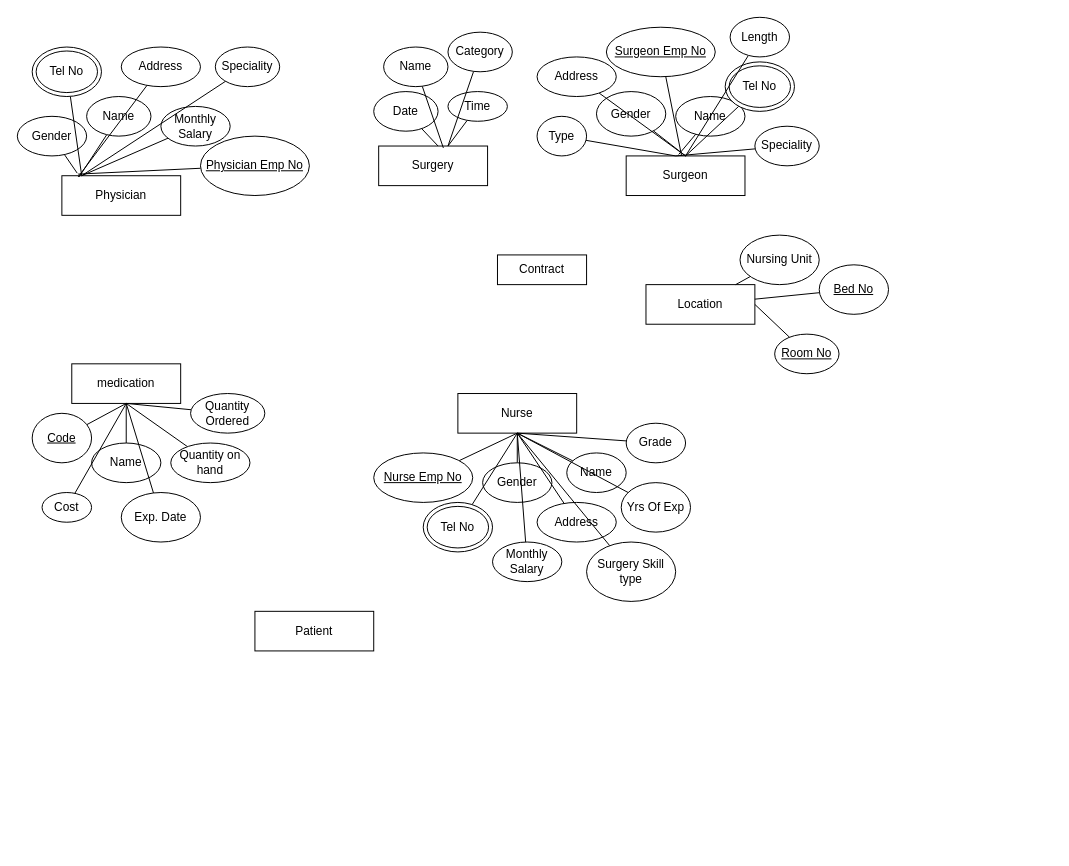
The draw.io diagram Practice Test ER Diagram.drawio in ImaDeSara/ImaDeSara, before the edit. Source tidied: cells renumbered, new cells numbered last; positions are measured from the earlier drawing's top-left corner, leaving out a move shared by most shapes. Both pictures are drawn from the tidied source at 99%, with x=0, y=0 at pixel (17, 17).
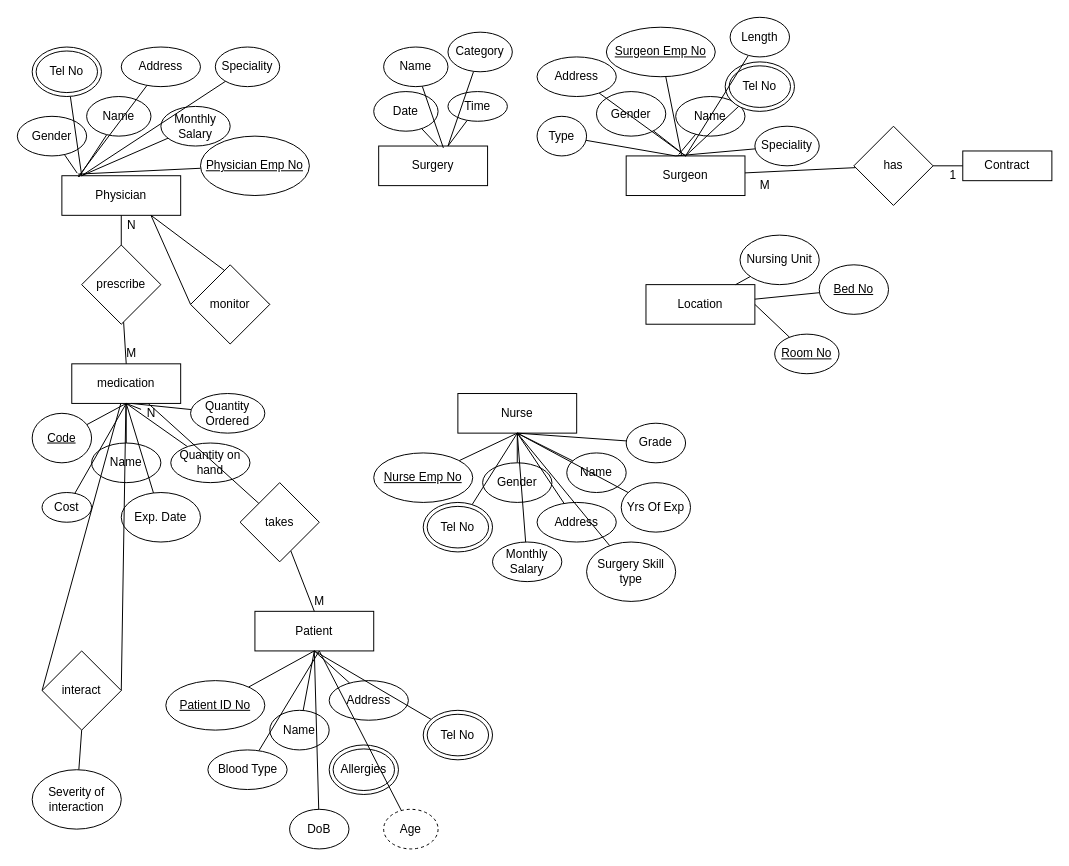
After the change.

Unchanged cells that the change refers to:
```xml
<mxCell id="2" value="Surgeon" style="rounded=0;whiteSpace=wrap;html=1;" parent="1" vertex="1">
  <mxGeometry x="615" y="140" width="120" height="40" as="geometry" />
</mxCell>
<mxCell id="3" value="Physician" style="rounded=0;whiteSpace=wrap;html=1;" parent="1" vertex="1">
  <mxGeometry x="45" y="160" width="120" height="40" as="geometry" />
</mxCell>
<mxCell id="5" value="medication" style="rounded=0;whiteSpace=wrap;html=1;" parent="1" vertex="1">
  <mxGeometry x="55" y="350" width="110" height="40" as="geometry" />
</mxCell>
<mxCell id="6" value="Patient" style="rounded=0;whiteSpace=wrap;html=1;" parent="1" vertex="1">
  <mxGeometry x="240" y="600" width="120" height="40" as="geometry" />
</mxCell>
<mxCell id="71" value="Quantity Ordered" style="ellipse;whiteSpace=wrap;html=1;" parent="1" vertex="1">
  <mxGeometry x="175" y="380" width="75" height="40" as="geometry" />
</mxCell>
```

Diff of the diagram source:
```diff
@@
     <mxCell id="49" value="Contract" style="rounded=0;whiteSpace=wrap;html=1;" parent="1" vertex="1">
-      <mxGeometry x="485" y="240" width="90" height="30" as="geometry" />
+      <mxGeometry x="955" y="135" width="90" height="30" as="geometry" />
     </mxCell>
@@
-    <mxCell id="70" style="edgeStyle=none;rounded=0;jettySize=auto;html=1;entryX=0.5;entryY=1;entryDx=0;entryDy=0;endArrow=none;endFill=0;" parent="1" edge="1" source="71" target="5">
+    <mxCell id="70" style="edgeStyle=none;rounded=0;jettySize=auto;html=1;entryX=0.5;entryY=1;entryDx=0;entryDy=0;endArrow=none;endFill=0;startArrow=none;" parent="1" edge="1" source="118" target="5">
       <mxGeometry relative="1" as="geometry" />
     </mxCell>
@@
+    <mxCell id="84" style="edgeStyle=none;rounded=0;jettySize=auto;html=1;entryX=0.5;entryY=1;entryDx=0;entryDy=0;endArrow=none;endFill=0;" parent="1" edge="1" source="85" target="6">
+      <mxGeometry relative="1" as="geometry" />
+    </mxCell>
+    <mxCell id="85" value="&lt;u&gt;Patient ID No&lt;/u&gt;" style="ellipse;whiteSpace=wrap;html=1;" parent="1" vertex="1">
+      <mxGeometry x="150" y="670" width="100" height="50" as="geometry" />
+    </mxCell>
+    <mxCell id="86" style="edgeStyle=none;rounded=0;jettySize=auto;html=1;entryX=0.5;entryY=1;entryDx=0;entryDy=0;endArrow=none;endFill=0;" parent="1" edge="1" source="87" target="6">
+      <mxGeometry relative="1" as="geometry" />
+    </mxCell>
+    <mxCell id="87" value="Name" style="ellipse;whiteSpace=wrap;html=1;" parent="1" vertex="1">
+      <mxGeometry x="255" y="700" width="60" height="40" as="geometry" />
+    </mxCell>
+    <mxCell id="88" style="edgeStyle=none;rounded=0;jettySize=auto;html=1;entryX=0.5;entryY=1;entryDx=0;entryDy=0;endArrow=none;endFill=0;" parent="1" edge="1" source="89" target="6">
+      <mxGeometry relative="1" as="geometry" />
+    </mxCell>
+    <mxCell id="89" value="Address" style="ellipse;whiteSpace=wrap;html=1;" parent="1" vertex="1">
+      <mxGeometry x="315" y="670" width="80" height="40" as="geometry" />
+    </mxCell>
+    <mxCell id="90" style="edgeStyle=none;rounded=0;jettySize=auto;html=1;endArrow=none;endFill=0;" parent="1" edge="1" source="91">
+      <mxGeometry relative="1" as="geometry">
+        <mxPoint x="305" y="640" as="targetPoint" />
+      </mxGeometry>
+    </mxCell>
+    <mxCell id="91" value="Blood Type" style="ellipse;whiteSpace=wrap;html=1;" parent="1" vertex="1">
+      <mxGeometry x="192.5" y="740" width="80" height="40" as="geometry" />
+    </mxCell>
+    <mxCell id="92" style="edgeStyle=none;rounded=0;jettySize=auto;html=1;entryX=0.5;entryY=1;entryDx=0;entryDy=0;endArrow=none;endFill=0;" parent="1" edge="1" source="93" target="6">
+      <mxGeometry relative="1" as="geometry" />
+    </mxCell>
+    <mxCell id="93" value="DoB" style="ellipse;whiteSpace=wrap;html=1;" parent="1" vertex="1">
+      <mxGeometry x="275" y="800" width="60" height="40" as="geometry" />
+    </mxCell>
+    <mxCell id="94" style="edgeStyle=none;rounded=0;jettySize=auto;html=1;entryX=0.5;entryY=1;entryDx=0;entryDy=0;endArrow=none;endFill=0;" parent="1" edge="1" source="95" target="6">
+      <mxGeometry relative="1" as="geometry" />
+    </mxCell>
+    <mxCell id="95" value="Tel No" style="ellipse;shape=doubleEllipse;whiteSpace=wrap;html=1;" parent="1" vertex="1">
+      <mxGeometry x="410" y="700" width="70" height="50" as="geometry" />
+    </mxCell>
+    <mxCell id="96" value="Allergies" style="ellipse;shape=doubleEllipse;whiteSpace=wrap;html=1;" parent="1" vertex="1">
+      <mxGeometry x="315" y="735" width="70" height="50" as="geometry" />
+    </mxCell>
+    <mxCell id="97" style="edgeStyle=none;rounded=0;jettySize=auto;html=1;endArrow=none;endFill=0;" parent="1" edge="1" source="98">
+      <mxGeometry relative="1" as="geometry">
+        <mxPoint x="305" y="640" as="targetPoint" />
+      </mxGeometry>
+    </mxCell>
+    <mxCell id="98" value="Age" style="ellipse;whiteSpace=wrap;html=1;dashed=1;" parent="1" vertex="1">
+      <mxGeometry x="370" y="800" width="55" height="40" as="geometry" />
+    </mxCell>
+    <mxCell id="99" style="edgeStyle=none;rounded=0;jettySize=auto;html=1;endArrow=none;endFill=0;exitX=1;exitY=0.5;exitDx=0;exitDy=0;" parent="1" edge="1" source="101" target="5">
+      <mxGeometry relative="1" as="geometry" />
+    </mxCell>
+    <mxCell id="100" style="edgeStyle=none;rounded=0;jettySize=auto;html=1;endArrow=none;endFill=0;exitX=0;exitY=0.5;exitDx=0;exitDy=0;" parent="1" edge="1" source="101" target="5">
+      <mxGeometry relative="1" as="geometry" />
+    </mxCell>
+    <mxCell id="101" value="interact" style="rhombus;whiteSpace=wrap;html=1;" parent="1" vertex="1">
+      <mxGeometry x="25" y="640" width="80" height="80" as="geometry" />
+    </mxCell>
+    <mxCell id="102" style="edgeStyle=none;rounded=0;jettySize=auto;html=1;entryX=0.5;entryY=1;entryDx=0;entryDy=0;endArrow=none;endFill=0;" parent="1" edge="1" source="103" target="101">
+      <mxGeometry relative="1" as="geometry" />
+    </mxCell>
+    <mxCell id="103" value="Severity of interaction" style="ellipse;whiteSpace=wrap;html=1;" parent="1" vertex="1">
+      <mxGeometry x="15" y="760" width="90" height="60" as="geometry" />
+    </mxCell>
+    <mxCell id="104" style="edgeStyle=none;rounded=0;jettySize=auto;html=1;entryX=0;entryY=0.5;entryDx=0;entryDy=0;endArrow=none;endFill=0;" parent="1" edge="1" source="106" target="49">
+      <mxGeometry relative="1" as="geometry" />
+    </mxCell>
+    <mxCell id="105" style="edgeStyle=none;rounded=0;jettySize=auto;html=1;endArrow=none;endFill=0;" parent="1" edge="1" source="106" target="2">
+      <mxGeometry relative="1" as="geometry" />
+    </mxCell>
+    <mxCell id="106" value="has" style="rhombus;whiteSpace=wrap;html=1;" parent="1" vertex="1">
+      <mxGeometry x="845" y="110" width="80" height="80" as="geometry" />
+    </mxCell>
+    <mxCell id="107" value="M" style="text;html=1;align=center;verticalAlign=middle;strokeColor=none;fillColor=none;" parent="1" vertex="1">
+      <mxGeometry x="740" y="160" width="30" height="20" as="geometry" />
+    </mxCell>
+    <mxCell id="108" value="1" style="text;html=1;align=center;verticalAlign=middle;strokeColor=none;fillColor=none;" parent="1" vertex="1">
+      <mxGeometry x="935" y="150" width="20" height="20" as="geometry" />
+    </mxCell>
+    <mxCell id="109" style="edgeStyle=none;rounded=0;jettySize=auto;html=1;entryX=0.5;entryY=0;entryDx=0;entryDy=0;endArrow=none;endFill=0;" parent="1" edge="1" source="111" target="5">
+      <mxGeometry relative="1" as="geometry" />
+    </mxCell>
+    <mxCell id="110" style="edgeStyle=none;rounded=0;jettySize=auto;html=1;endArrow=none;endFill=0;" parent="1" edge="1" source="111" target="3">
+      <mxGeometry relative="1" as="geometry" />
+    </mxCell>
+    <mxCell id="111" value="prescribe" style="rhombus;whiteSpace=wrap;html=1;" parent="1" vertex="1">
+      <mxGeometry x="65" y="230" width="80" height="80" as="geometry" />
+    </mxCell>
+    <mxCell id="112" value="M" style="text;html=1;align=center;verticalAlign=middle;strokeColor=none;fillColor=none;" parent="1" vertex="1">
+      <mxGeometry x="100" y="330" width="30" height="20" as="geometry" />
+    </mxCell>
+    <mxCell id="113" value="N" style="text;html=1;align=center;verticalAlign=middle;strokeColor=none;fillColor=none;" parent="1" vertex="1">
+      <mxGeometry x="105" y="200" width="20" height="20" as="geometry" />
+    </mxCell>
+    <mxCell id="114" style="edgeStyle=none;rounded=0;jettySize=auto;html=1;endArrow=none;endFill=0;" parent="1" edge="1" source="116" target="5">
+      <mxGeometry relative="1" as="geometry" />
+    </mxCell>
+    <mxCell id="115" style="edgeStyle=none;rounded=0;jettySize=auto;html=1;entryX=0.5;entryY=0;entryDx=0;entryDy=0;endArrow=none;endFill=0;" parent="1" edge="1" source="116" target="6">
+      <mxGeometry relative="1" as="geometry" />
+    </mxCell>
+    <mxCell id="116" value="takes" style="rhombus;whiteSpace=wrap;html=1;" parent="1" vertex="1">
+      <mxGeometry x="225" y="470" width="80" height="80" as="geometry" />
+    </mxCell>
+    <mxCell id="117" value="M" style="text;html=1;align=center;verticalAlign=middle;strokeColor=none;fillColor=none;" parent="1" vertex="1">
+      <mxGeometry x="290" y="580" width="30" height="20" as="geometry" />
+    </mxCell>
+    <mxCell id="118" value="N" style="text;html=1;align=center;verticalAlign=middle;points=[];strokeColor=none;fillColor=none;" parent="1" vertex="1">
+      <mxGeometry x="125" y="390" width="20" height="20" as="geometry" />
+    </mxCell>
+    <mxCell id="119" style="edgeStyle=none;rounded=0;jettySize=auto;html=1;endArrow=none;endFill=0;" parent="1" edge="1" source="71">
+      <mxGeometry relative="1" as="geometry">
+        <mxPoint x="115" y="390" as="targetPoint" />
+      </mxGeometry>
+    </mxCell>
+    <mxCell id="120" style="edgeStyle=none;rounded=0;jettySize=auto;html=1;entryX=0.75;entryY=1;entryDx=0;entryDy=0;endArrow=none;endFill=0;exitX=0;exitY=0.5;exitDx=0;exitDy=0;" parent="1" edge="1" source="122" target="3">
+      <mxGeometry relative="1" as="geometry" />
+    </mxCell>
+    <mxCell id="121" style="edgeStyle=none;rounded=0;jettySize=auto;html=1;entryX=0.75;entryY=1;entryDx=0;entryDy=0;endArrow=none;endFill=0;exitX=1;exitY=0.5;exitDx=0;exitDy=0;" parent="1" edge="1" source="122" target="3">
+      <mxGeometry relative="1" as="geometry" />
+    </mxCell>
+    <mxCell id="122" value="monitor" style="rhombus;whiteSpace=wrap;html=1;" parent="1" vertex="1">
+      <mxGeometry x="175" y="250" width="80" height="80" as="geometry" />
+    </mxCell>
```
